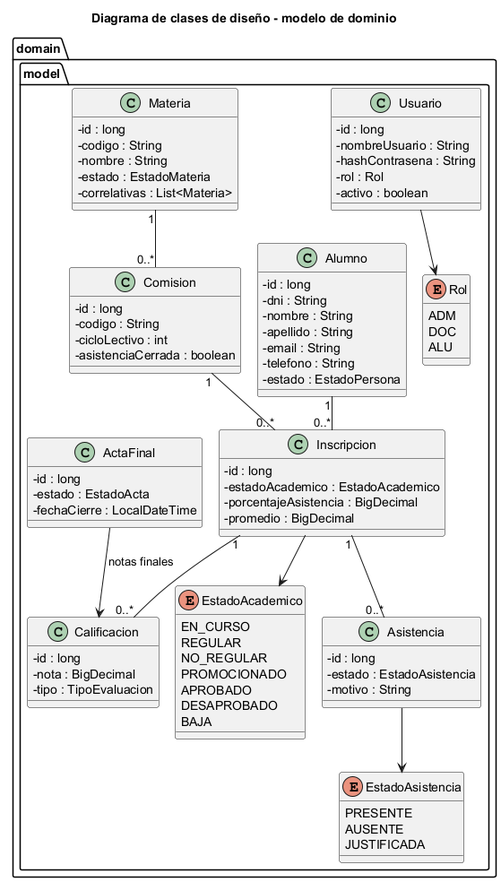
The PlantUML diagram document/diagramas/clases-diseno-dominio.png in ISMAELALTHENOFER/BACKOFFICE-ACADEMICO-ITEC-N-1, before a commit. Source of this version:
```plantuml
@startuml clases-diseno-dominio
!pragma layout smetana
skinparam shadowing false
skinparam classAttributeIconSize 0
title Diagrama de clases de diseño - modelo de dominio

package "domain.model" {
  class Usuario {
    - id : long
    - nombreUsuario : String
    - hashContrasena : String
    - rol : Rol
    - activo : boolean
  }
  class Alumno {
    - id : long
    - dni : String
    - nombre : String
    - apellido : String
    - email : String
    - telefono : String
    - estado : EstadoPersona
  }
  class Materia {
    - id : long
    - codigo : String
    - nombre : String
    - estado : EstadoMateria
    - correlativas : List<Materia>
  }
  class Comision {
    - id : long
    - codigo : String
    - cicloLectivo : int
    - asistenciaCerrada : boolean
  }
  class Inscripcion {
    - id : long
    - estadoAcademico : EstadoAcademico
    - porcentajeAsistencia : BigDecimal
    - promedio : BigDecimal
  }
  class Asistencia {
    - id : long
    - estado : EstadoAsistencia
    - motivo : String
  }
  class Calificacion {
    - id : long
    - nota : BigDecimal
    - tipo : TipoEvaluacion
  }
  class ActaFinal {
    - id : long
    - estado : EstadoActa
    - fechaCierre : LocalDateTime
  }
  enum Rol {
    ADM
    DOC
    ALU
  }
  enum EstadoAcademico {
    EN_CURSO
    REGULAR
    NO_REGULAR
    PROMOCIONADO
    APROBADO
    DESAPROBADO
    BAJA
  }
  enum EstadoAsistencia {
    PRESENTE
    AUSENTE
    JUSTIFICADA
  }
}


Alumno "1" -- "0..*" Inscripcion
Comision "1" -- "0..*" Inscripcion
Materia "1" -- "0..*" Comision
Inscripcion "1" -- "0..*" Asistencia
Inscripcion "1" -- "0..*" Calificacion
Usuario --> Rol
Inscripcion --> EstadoAcademico
Asistencia --> EstadoAsistencia
ActaFinal --> Calificacion : notas finales
@enduml
```
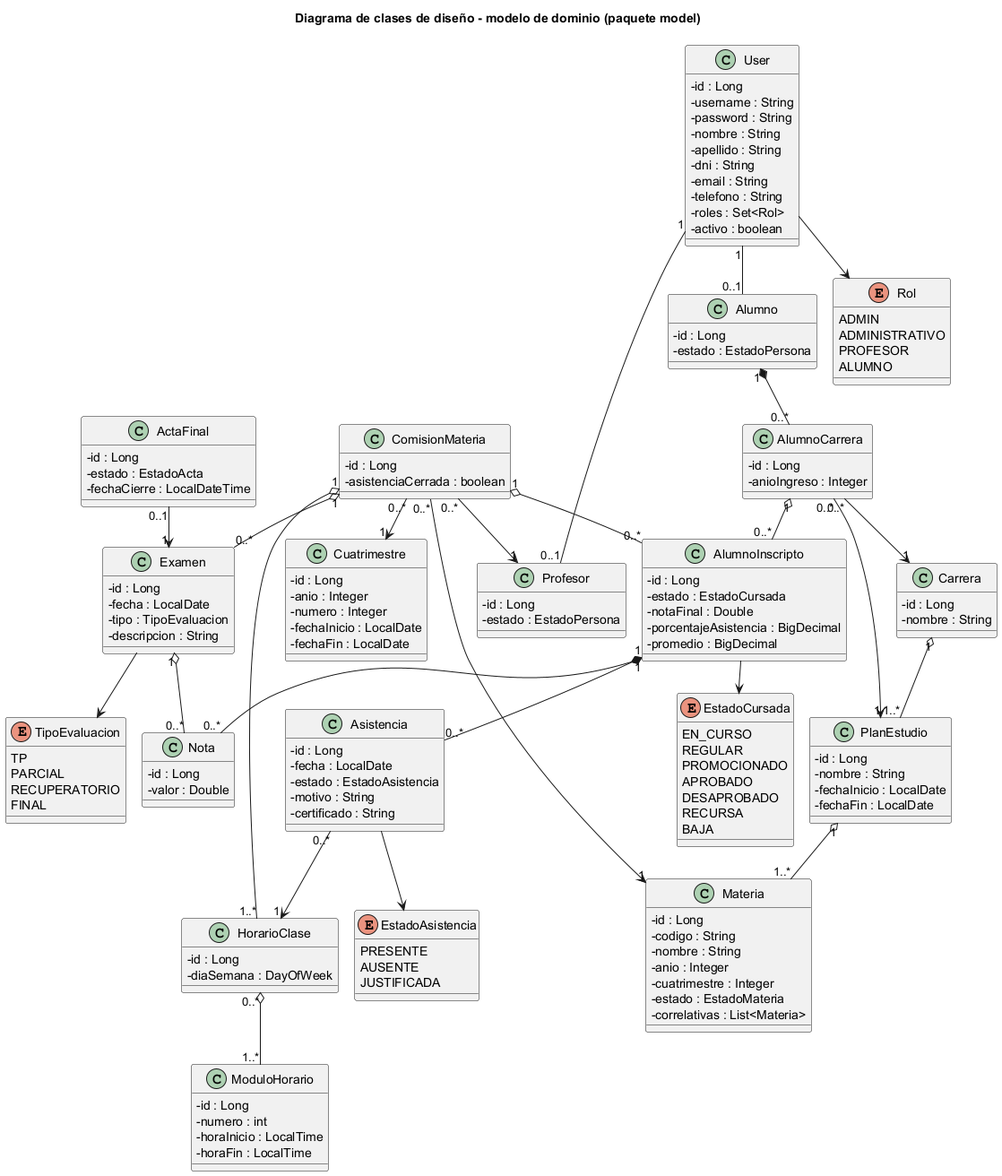
Later version of the same file.

What changed in the source:
```diff
@@ -2,88 +2,150 @@
 !pragma layout smetana
 skinparam shadowing false
 skinparam classAttributeIconSize 0
-title Diagrama de clases de diseño - modelo de dominio
+title Diagrama de clases de diseño - modelo de dominio (paquete model)
 
-package "domain.model" {
-  class Usuario {
-    - id : long
-    - nombreUsuario : String
-    - hashContrasena : String
-    - rol : Rol
-    - activo : boolean
-  }
-  class Alumno {
-    - id : long
-    - dni : String
-    - nombre : String
-    - apellido : String
-    - email : String
-    - telefono : String
-    - estado : EstadoPersona
-  }
-  class Materia {
-    - id : long
-    - codigo : String
-    - nombre : String
-    - estado : EstadoMateria
-    - correlativas : List<Materia>
-  }
-  class Comision {
-    - id : long
-    - codigo : String
-    - cicloLectivo : int
-    - asistenciaCerrada : boolean
-  }
-  class Inscripcion {
-    - id : long
-    - estadoAcademico : EstadoAcademico
-    - porcentajeAsistencia : BigDecimal
-    - promedio : BigDecimal
-  }
-  class Asistencia {
-    - id : long
-    - estado : EstadoAsistencia
-    - motivo : String
-  }
-  class Calificacion {
-    - id : long
-    - nota : BigDecimal
-    - tipo : TipoEvaluacion
-  }
-  class ActaFinal {
-    - id : long
-    - estado : EstadoActa
-    - fechaCierre : LocalDateTime
-  }
-  enum Rol {
-    ADM
-    DOC
-    ALU
-  }
-  enum EstadoAcademico {
-    EN_CURSO
-    REGULAR
-    NO_REGULAR
-    PROMOCIONADO
-    APROBADO
-    DESAPROBADO
-    BAJA
-  }
-  enum EstadoAsistencia {
-    PRESENTE
-    AUSENTE
-    JUSTIFICADA
-  }
+class User {
+  - id : Long
+  - username : String
+  - password : String
+  - nombre : String
+  - apellido : String
+  - dni : String
+  - email : String
+  - telefono : String
+  - roles : Set<Rol>
+  - activo : boolean
+}
+class Alumno {
+  - id : Long
+  - estado : EstadoPersona
+}
+class Profesor {
+  - id : Long
+  - estado : EstadoPersona
+}
+class AlumnoCarrera {
+  - id : Long
+  - anioIngreso : Integer
+}
+class Carrera {
+  - id : Long
+  - nombre : String
+}
+class PlanEstudio {
+  - id : Long
+  - nombre : String
+  - fechaInicio : LocalDate
+  - fechaFin : LocalDate
+}
+class Materia {
+  - id : Long
+  - codigo : String
+  - nombre : String
+  - anio : Integer
+  - cuatrimestre : Integer
+  - estado : EstadoMateria
+  - correlativas : List<Materia>
+}
+class Cuatrimestre {
+  - id : Long
+  - anio : Integer
+  - numero : Integer
+  - fechaInicio : LocalDate
+  - fechaFin : LocalDate
+}
+class ComisionMateria {
+  - id : Long
+  - asistenciaCerrada : boolean
+}
+class HorarioClase {
+  - id : Long
+  - diaSemana : DayOfWeek
+}
+class ModuloHorario {
+  - id : Long
+  - numero : int
+  - horaInicio : LocalTime
+  - horaFin : LocalTime
+}
+class AlumnoInscripto {
+  - id : Long
+  - estado : EstadoCursada
+  - notaFinal : Double
+  - porcentajeAsistencia : BigDecimal
+  - promedio : BigDecimal
+}
+class Asistencia {
+  - id : Long
+  - fecha : LocalDate
+  - estado : EstadoAsistencia
+  - motivo : String
+  - certificado : String
+}
+class Examen {
+  - id : Long
+  - fecha : LocalDate
+  - tipo : TipoEvaluacion
+  - descripcion : String
+}
+class Nota {
+  - id : Long
+  - valor : Double
+}
+class ActaFinal {
+  - id : Long
+  - estado : EstadoActa
+  - fechaCierre : LocalDateTime
+}
+enum Rol {
+  ADMIN
+  ADMINISTRATIVO
+  PROFESOR
+  ALUMNO
+}
+enum EstadoCursada {
+  EN_CURSO
+  REGULAR
+  PROMOCIONADO
+  APROBADO
+  DESAPROBADO
+  RECURSA
+  BAJA
+}
+enum TipoEvaluacion {
+  TP
+  PARCIAL
+  RECUPERATORIO
+  FINAL
+}
+enum EstadoAsistencia {
+  PRESENTE
+  AUSENTE
+  JUSTIFICADA
 }
 
-
-Alumno "1" -- "0..*" Inscripcion
-Comision "1" -- "0..*" Inscripcion
-Materia "1" -- "0..*" Comision
-Inscripcion "1" -- "0..*" Asistencia
-Inscripcion "1" -- "0..*" Calificacion
-Usuario --> Rol
-Inscripcion --> EstadoAcademico
+User "1" -- "0..1" Alumno
+User "1" -- "0..1" Profesor
+User --> Rol
+Alumno "1" *-- "0..*" AlumnoCarrera
+AlumnoCarrera "0..*" --> "1" Carrera
+AlumnoCarrera "0..*" --> "1" PlanEstudio
+Carrera "1" o-- "1..*" PlanEstudio
+PlanEstudio "1" o-- "1..*" Materia
+ComisionMateria "0..*" --> "1" Materia
+ComisionMateria "0..*" --> "1" Cuatrimestre
+ComisionMateria "0..*" --> "1" Profesor
+ComisionMateria "1" o-- "1..*" HorarioClase
+HorarioClase "0..*" o-- "1..*" ModuloHorario
+ComisionMateria "1" o-- "0..*" Examen
+ComisionMateria "1" o-- "0..*" AlumnoInscripto
+AlumnoCarrera "1" o-- "0..*" AlumnoInscripto
+AlumnoInscripto "1" *-- "0..*" Asistencia
+Asistencia "0..*" --> "1" HorarioClase
+AlumnoInscripto "1" *-- "0..*" Nota
+Examen "1" o-- "0..*" Nota
+Examen --> TipoEvaluacion
+AlumnoInscripto --> EstadoCursada
 Asistencia --> EstadoAsistencia
-ActaFinal --> Calificacion : notas finales
+ActaFinal "0..1" --> "1" Examen
 @enduml
```
